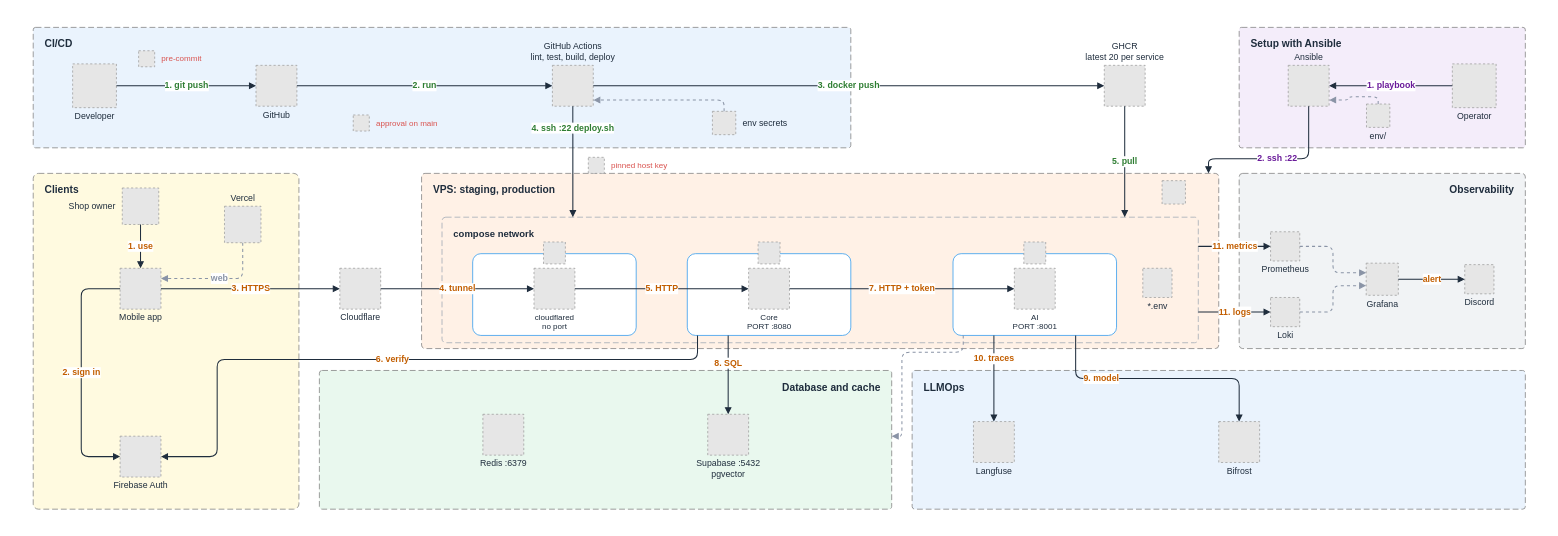
This is docs/architecture/diagrams/src/ci-cd.drawio from miphu2804/smart-ledger, a draw.io file, before an edit. Source tidied: cells renumbered, new cells numbered last; positions are measured from the earlier drawing's top-left corner, leaving out a move shared by most shapes. Both pictures are drawn from the tidied source at 73%, with x=0, y=0 at pixel (12, 12). Pictures stored in the file or linked from it are replaced by grey dashed boxes.
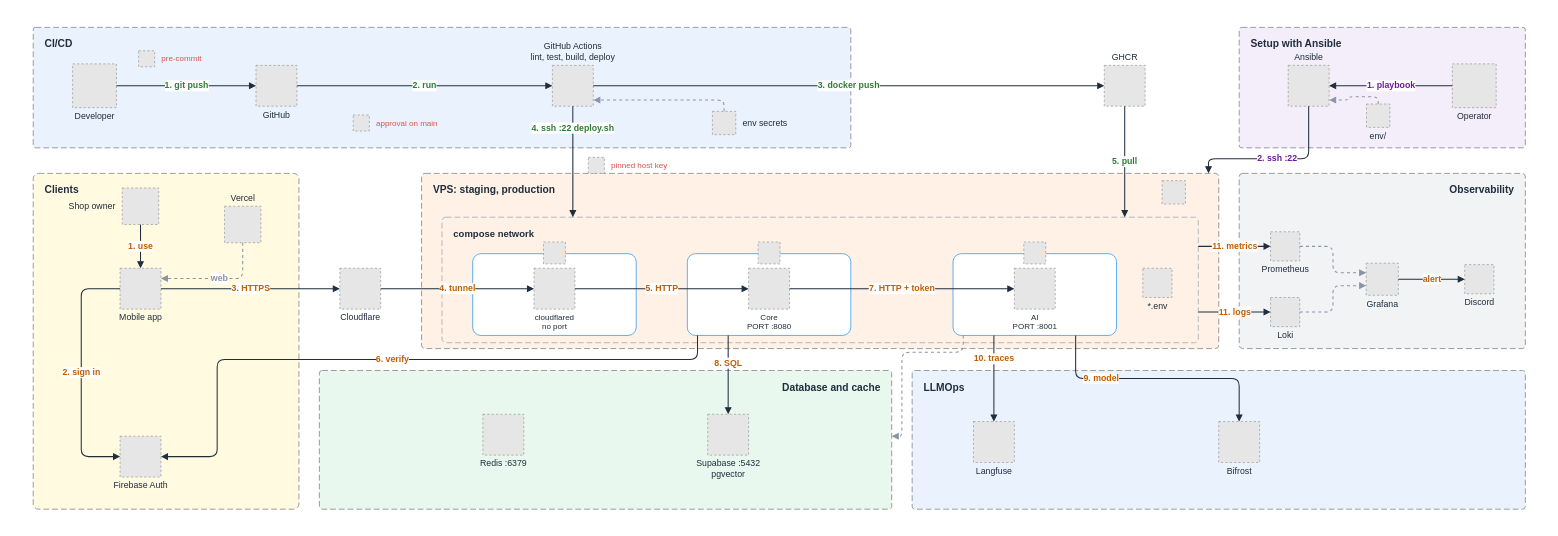
Above is the later version.

Commit message (it also covers changes not shown here):
feat(deploy): keep ghcr images per environment with their own retention

Change to the diagram source:
```diff
@@
-    <mxCell id="7" value="GHCR&lt;br&gt;latest 20 per service" style="fillColor=#E6E6E6;strokeColor=#999999;dashed=1;verticalLabelPosition=top;verticalAlign=bottom;spacingBottom=2;html=1;fontColor=#1f2d3d;fontSize=12;" parent="1" vertex="1">
+    <mxCell id="7" value="GHCR" style="fillColor=#E6E6E6;strokeColor=#999999;dashed=1;verticalLabelPosition=top;verticalAlign=bottom;spacingBottom=2;html=1;fontColor=#1f2d3d;fontSize=12;" parent="1" vertex="1">
       <mxGeometry x="1495.2" y="72" width="56" height="56" as="geometry" />
     </mxCell>
```
